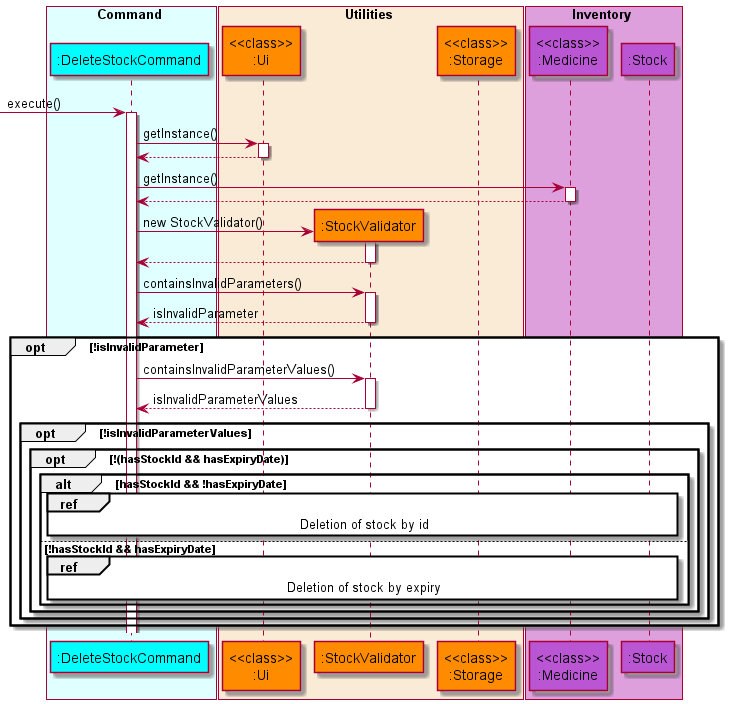
Above: docs/diagrams/diagram_images/DeleteStockSequenceDiagram.png in nus-cs2113-AY2122S1/tp (PlantUML), before the change. The source it was exported from:
```plantuml
@startuml DeleteStockSequenceDiagram

!include style.puml

box Command COLOR_COMMAND_BOX
    participant ":DeleteStockCommand" as deleteStock COLOR_COMMAND
end box

box Utilities COLOR_UTILITIES_BOX
    participant "<<class>>\n:Ui" as ui COLOR_UTILITIES
    participant ":StockValidator" as stockValidator COLOR_UTILITIES
    participant "<<class>>\n:Storage" as storage COLOR_UTILITIES
end box

box Inventory COLOR_INVENTORY_BOX
    participant "<<class>>\n:Medicine" as medicine COLOR_INVENTORY
    participant ":Stock" as stock COLOR_INVENTORY
end box

autoactivate on

-> deleteStock: execute()
deleteStock -> ui : getInstance()
deleteStock <-- ui
deleteStock -> medicine : getInstance()
deleteStock <-- medicine
create stockValidator
deleteStock -> stockValidator: new StockValidator()
deleteStock <-- stockValidator
deleteStock -> stockValidator : containsInvalidParameters()
deleteStock <-- stockValidator : isInvalidParameter

opt !isInvalidParameter
    deleteStock -> stockValidator : containsInvalidParameterValues()
    deleteStock <-- stockValidator : isInvalidParameterValues
    opt !isInvalidParameterValues
        opt !(hasStockId && hasExpiryDate)
            alt hasStockId && !hasExpiryDate
                ref over deleteStock, stock
                    Deletion of stock by id
                end ref
            else !hasStockId && hasExpiryDate
                ref over deleteStock, stock
                    Deletion of stock by expiry
                end ref
            end
        end
    end
end
@enduml
```
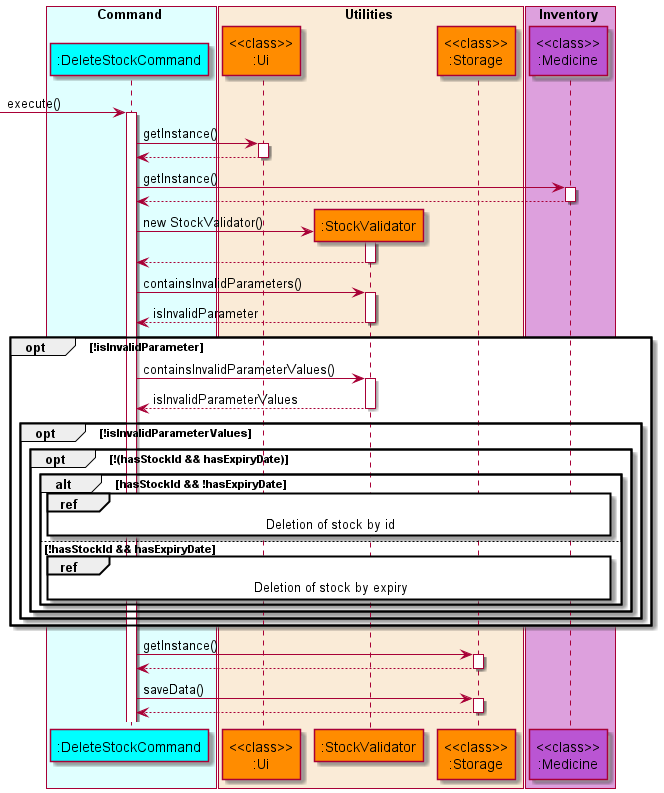
The same file after the commit.

Commit message:
Update deletestock sequence diagram to include storage of data

The edit, as a diff of the source:
```diff
@@ -14,7 +14,6 @@
 
 box Inventory COLOR_INVENTORY_BOX
     participant "<<class>>\n:Medicine" as medicine COLOR_INVENTORY
-    participant ":Stock" as stock COLOR_INVENTORY
 end box
 
 autoactivate on
@@ -36,15 +35,19 @@
     opt !isInvalidParameterValues
         opt !(hasStockId && hasExpiryDate)
             alt hasStockId && !hasExpiryDate
-                ref over deleteStock, stock
+                ref over deleteStock, medicine
                     Deletion of stock by id
                 end ref
             else !hasStockId && hasExpiryDate
-                ref over deleteStock, stock
+                ref over deleteStock, medicine
                     Deletion of stock by expiry
                 end ref
             end
         end
     end
 end
+deleteStock -> storage : getInstance()
+deleteStock <-- storage
+deleteStock -> storage: saveData()
+deleteStock <-- storage
 @enduml
```
